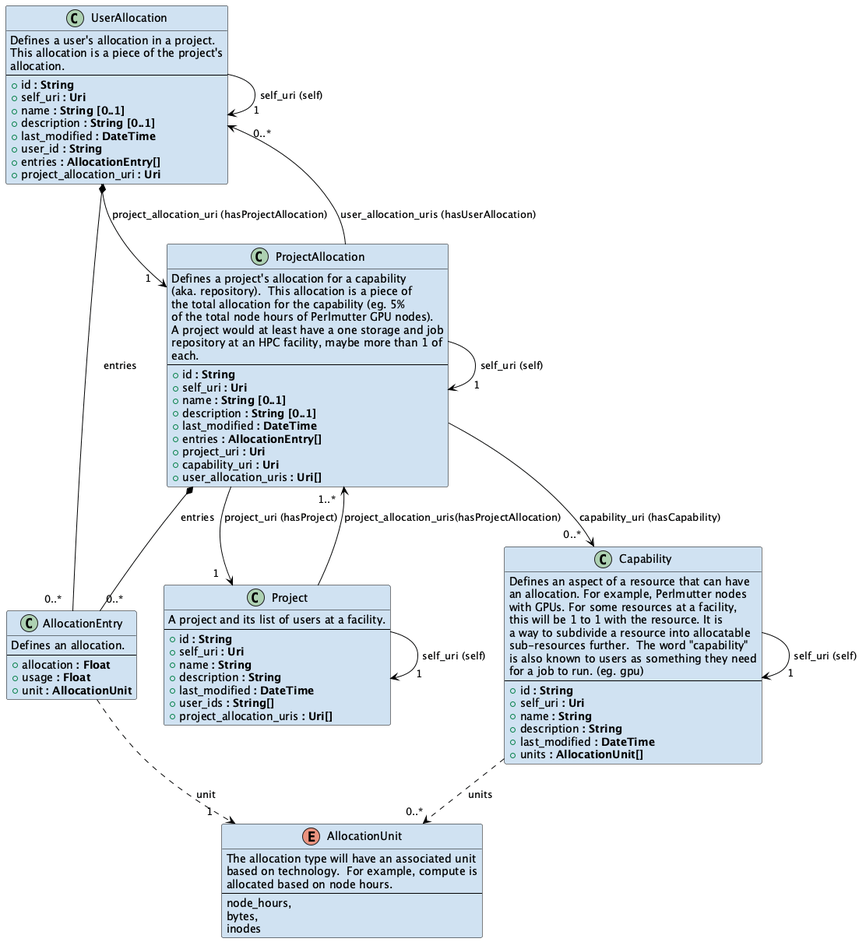
Above: specification/images/allocation-model.png in doe-iri/iri-facility-api-docs (PlantUML), before the change.
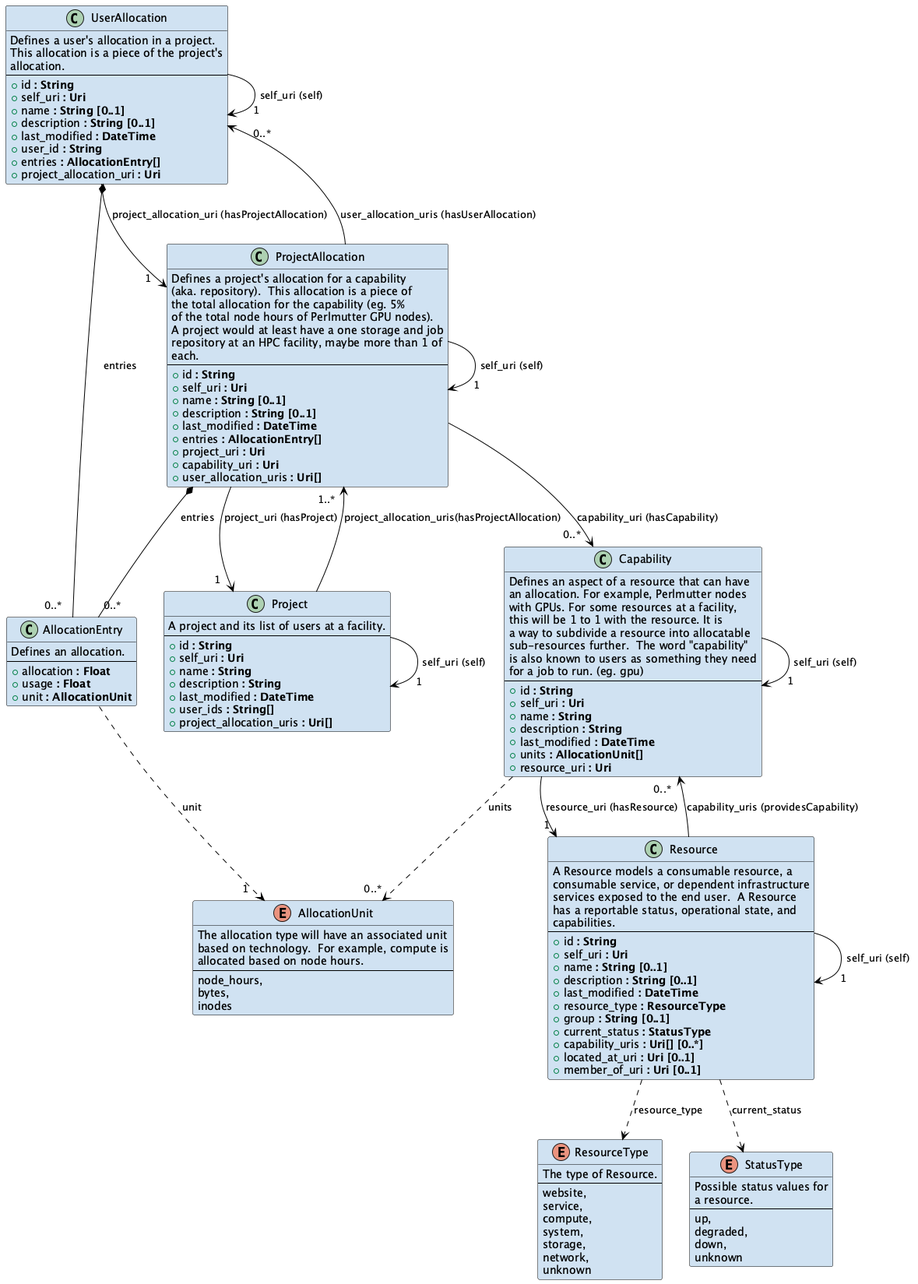
The same diagram one commit later.

Commit message:
Allocation models complete.

Diff of the diagram source:
```diff
@@ -22,6 +22,7 @@
   + description <b>: String</b>
   + last_modified <b>: DateTime</b>
   + units <b>: AllocationUnit[]</b>
+  + resource_uri <b>: Uri</b>
 }
 
 Capability --> "      1" Capability : self_uri (self)
@@ -107,4 +108,54 @@
 UserAllocation --> "1   " ProjectAllocation : project_allocation_uri (hasProjectAllocation)
 Project --> "1..*   " ProjectAllocation : project_allocation_uris(hasProjectAllocation)
 
+class Resource {
+  A Resource models a consumable resource, a
+  consumable service, or dependent infrastructure
+  services exposed to the end user.  A Resource
+  has a reportable status, operational state, and
+  capabilities.
+---
+  + id <b>: String</b>
+  + self_uri <b>: Uri</b>
+  + name <b>: String [0..1]</b>
+  + description <b>: String [0..1]</b>
+  + last_modified <b>: DateTime</b>
+  + resource_type <b>: ResourceType</b>
+  + group <b>: String [0..1]</b>
+  + current_status <b>: StatusType</b>
+  + capability_uris <b>: Uri[] [0..*]</b>
+  + located_at_uri <b>: Uri [0..1]</b>
+  + member_of_uri <b>: Uri [0..1]</b>
+}
+
+Resource --> "      1" Resource : self_uri (self)
+Resource --> "0..*   " Capability : capability_uris (providesCapability)
+Capability --> "    1" Resource : resource_uri (hasResource)
+
+enum ResourceType {
+  The type of Resource.
+---
+    website,
+    service,
+    compute,
+    system,
+    storage,
+    network,
+    unknown
+}
+
+Resource ..> ResourceType : resource_type
+
+enum StatusType {
+  Possible status values for
+  a resource.
+---
+    up,
+    degraded,
+    down,
+    unknown
+}
+
+Resource ..> StatusType : current_status
+
 @enduml
```
